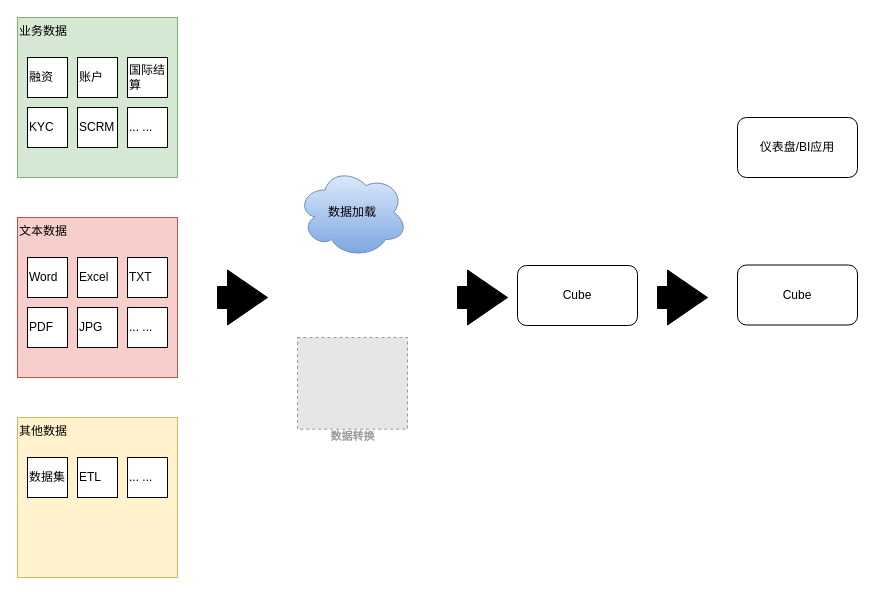
Earlier version of the draw.io diagram LLSI/数据模块处理.drawio (0573xieguojia/To-program). Source tidied: cells renumbered, new cells numbered last; positions are measured from the earlier drawing's top-left corner, leaving out a move shared by most shapes. Both pictures are drawn from the tidied source at 100%, with x=0, y=0 at pixel (17, 17). Pictures stored in the file or linked from it are replaced by grey dashed boxes.
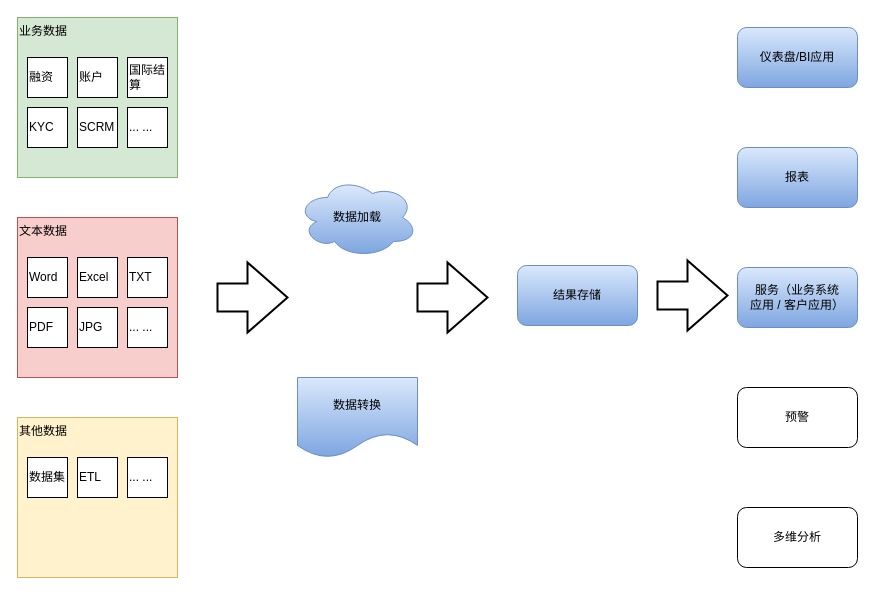
The same page after the edit.

Commit message (it also covers changes not shown here):
更新数据模块处理.drawio

Change to the diagram source:
```diff
@@
-    <mxCell id="20" style="html=1;shadow=0;dashed=0;align=center;verticalAlign=middle;shape=mxgraph.arrows2.arrow;dy=0.6;dx=40;notch=0;fillColor=#000000;" parent="1" vertex="1">
-      <mxGeometry x="200" y="252.5" width="50" height="55" as="geometry" />
-    </mxCell>
     <mxCell id="21" value="数据加载" style="ellipse;shape=cloud;whiteSpace=wrap;html=1;fillColor=#dae8fc;gradientColor=#7ea6e0;strokeColor=#6c8ebf;" parent="1" vertex="1">
-      <mxGeometry x="280" y="150" width="110" height="90" as="geometry" />
+      <mxGeometry x="280" y="160" width="120" height="80" as="geometry" />
     </mxCell>
-    <mxCell id="22" value="数据转换" style="fillColor=#E6E6E6;strokeColor=#999999;dashed=1;html=1;verticalAlign=top;labelPosition=center;verticalLabelPosition=bottom;align=center;spacingTop=-6;fontSize=11;fontStyle=1;fontColor=#999999;" parent="1" vertex="1">
-      <mxGeometry x="280" y="320" width="110" height="91.7" as="geometry" />
-    </mxCell>
-    <mxCell id="23" style="html=1;shadow=0;dashed=0;align=center;verticalAlign=middle;shape=mxgraph.arrows2.arrow;dy=0.6;dx=40;notch=0;fillColor=#000000;" parent="1" vertex="1">
-      <mxGeometry x="440" y="252.5" width="50" height="55" as="geometry" />
-    </mxCell>
-    <mxCell id="24" style="html=1;shadow=0;dashed=0;align=center;verticalAlign=middle;shape=mxgraph.arrows2.arrow;dy=0.6;dx=40;notch=0;fillColor=#000000;" parent="1" vertex="1">
-      <mxGeometry x="640" y="252.5" width="50" height="55" as="geometry" />
-    </mxCell>
-    <mxCell id="25" value="Cube" style="rounded=1;whiteSpace=wrap;html=1;" parent="1" vertex="1">
+    <mxCell id="25" value="结果存储" style="rounded=1;whiteSpace=wrap;html=1;fillColor=#dae8fc;gradientColor=#7ea6e0;strokeColor=#6c8ebf;" parent="1" vertex="1">
       <mxGeometry x="500" y="248" width="120" height="60" as="geometry" />
     </mxCell>
-    <mxCell id="26" value="仪表盘/BI应用" style="rounded=1;whiteSpace=wrap;html=1;" parent="1" vertex="1">
-      <mxGeometry x="720" y="100" width="120" height="60" as="geometry" />
+    <mxCell id="26" value="仪表盘/BI应用" style="rounded=1;whiteSpace=wrap;html=1;fillColor=#dae8fc;gradientColor=#7ea6e0;strokeColor=#6c8ebf;" parent="1" vertex="1">
+      <mxGeometry x="720" y="10" width="120" height="60" as="geometry" />
     </mxCell>
-    <mxCell id="27" value="Cube" style="rounded=1;whiteSpace=wrap;html=1;" parent="1" vertex="1">
-      <mxGeometry x="720" y="247.5" width="120" height="60" as="geometry" />
+    <mxCell id="27" value="报表" style="rounded=1;whiteSpace=wrap;html=1;fillColor=#dae8fc;gradientColor=#7ea6e0;strokeColor=#6c8ebf;" parent="1" vertex="1">
+      <mxGeometry x="720" y="130" width="120" height="60" as="geometry" />
     </mxCell>
+    <mxCell id="28" value="服务（业务系统&lt;br&gt;应用 / 客户应用）" style="rounded=1;whiteSpace=wrap;html=1;fillColor=#dae8fc;gradientColor=#7ea6e0;strokeColor=#6c8ebf;" parent="1" vertex="1">
+      <mxGeometry x="720" y="250" width="120" height="60" as="geometry" />
+    </mxCell>
+    <mxCell id="29" value="预警" style="rounded=1;whiteSpace=wrap;html=1;" parent="1" vertex="1">
+      <mxGeometry x="720" y="370" width="120" height="60" as="geometry" />
+    </mxCell>
+    <mxCell id="30" value="多维分析" style="rounded=1;whiteSpace=wrap;html=1;" parent="1" vertex="1">
+      <mxGeometry x="720" y="490" width="120" height="60" as="geometry" />
+    </mxCell>
+    <mxCell id="31" style="verticalLabelPosition=bottom;verticalAlign=top;html=1;strokeWidth=2;shape=mxgraph.arrows2.arrow;dy=0.6;dx=40;notch=0;" parent="1" vertex="1">
+      <mxGeometry x="200" y="245" width="70" height="70" as="geometry" />
+    </mxCell>
+    <mxCell id="32" style="verticalLabelPosition=bottom;verticalAlign=top;html=1;strokeWidth=2;shape=mxgraph.arrows2.arrow;dy=0.6;dx=40;notch=0;" parent="1" vertex="1">
+      <mxGeometry x="400" y="245" width="70" height="70" as="geometry" />
+    </mxCell>
+    <mxCell id="33" style="verticalLabelPosition=bottom;verticalAlign=top;html=1;strokeWidth=2;shape=mxgraph.arrows2.arrow;dy=0.6;dx=40;notch=0;" parent="1" vertex="1">
+      <mxGeometry x="640" y="243" width="70" height="70" as="geometry" />
+    </mxCell>
+    <mxCell id="22" value="数据转换" style="shape=document;whiteSpace=wrap;html=1;boundedLbl=1;fillColor=#dae8fc;gradientColor=#7ea6e0;strokeColor=#6c8ebf;" parent="1" vertex="1">
+      <mxGeometry x="280" y="360" width="120" height="80" as="geometry" />
+    </mxCell>
```
